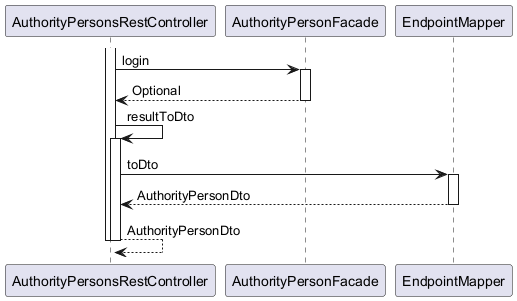
Above: ingress/documentation/html/images/Organization.AuthorityPerson.login.puml.png.png in OlegSopilnyak/school-demo (PlantUML), before the change. Its diagram source:
```plantuml
@startuml

participant AuthorityPersonsRestController
participant AuthorityPersonFacade
participant EndpointMapper

activate AuthorityPersonsRestController
	AuthorityPersonsRestController -> AuthorityPersonFacade : login
	activate AuthorityPersonFacade
		AuthorityPersonFacade --> AuthorityPersonsRestController : Optional
	deactivate AuthorityPersonFacade
	AuthorityPersonsRestController -> AuthorityPersonsRestController : resultToDto
	activate AuthorityPersonsRestController
		AuthorityPersonsRestController -> EndpointMapper : toDto
		activate EndpointMapper
			EndpointMapper --> AuthorityPersonsRestController : AuthorityPersonDto
		deactivate EndpointMapper
		AuthorityPersonsRestController --> AuthorityPersonsRestController : AuthorityPersonDto
	deactivate AuthorityPersonsRestController
deactivate AuthorityPersonsRestController

@enduml
```
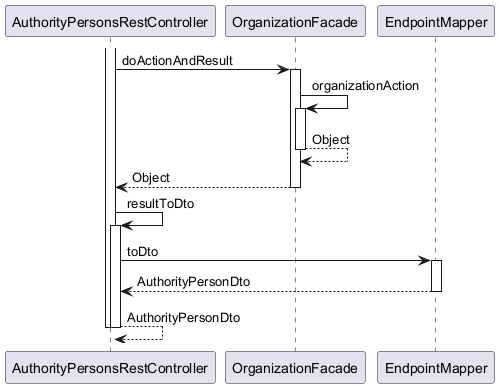
The same diagram one commit later.

What changed in the source:
```diff
@@ -1,14 +1,18 @@
 @startuml
 
 participant AuthorityPersonsRestController
-participant AuthorityPersonFacade
+participant OrganizationFacade
 participant EndpointMapper
 
 activate AuthorityPersonsRestController
-	AuthorityPersonsRestController -> AuthorityPersonFacade : login
-	activate AuthorityPersonFacade
-		AuthorityPersonFacade --> AuthorityPersonsRestController : Optional
-	deactivate AuthorityPersonFacade
+	AuthorityPersonsRestController -> OrganizationFacade : doActionAndResult
+	activate OrganizationFacade
+		OrganizationFacade -> OrganizationFacade : organizationAction
+		activate OrganizationFacade
+			OrganizationFacade --> OrganizationFacade : Object
+		deactivate OrganizationFacade
+		OrganizationFacade --> AuthorityPersonsRestController : Object
+	deactivate OrganizationFacade
 	AuthorityPersonsRestController -> AuthorityPersonsRestController : resultToDto
 	activate AuthorityPersonsRestController
 		AuthorityPersonsRestController -> EndpointMapper : toDto
```
